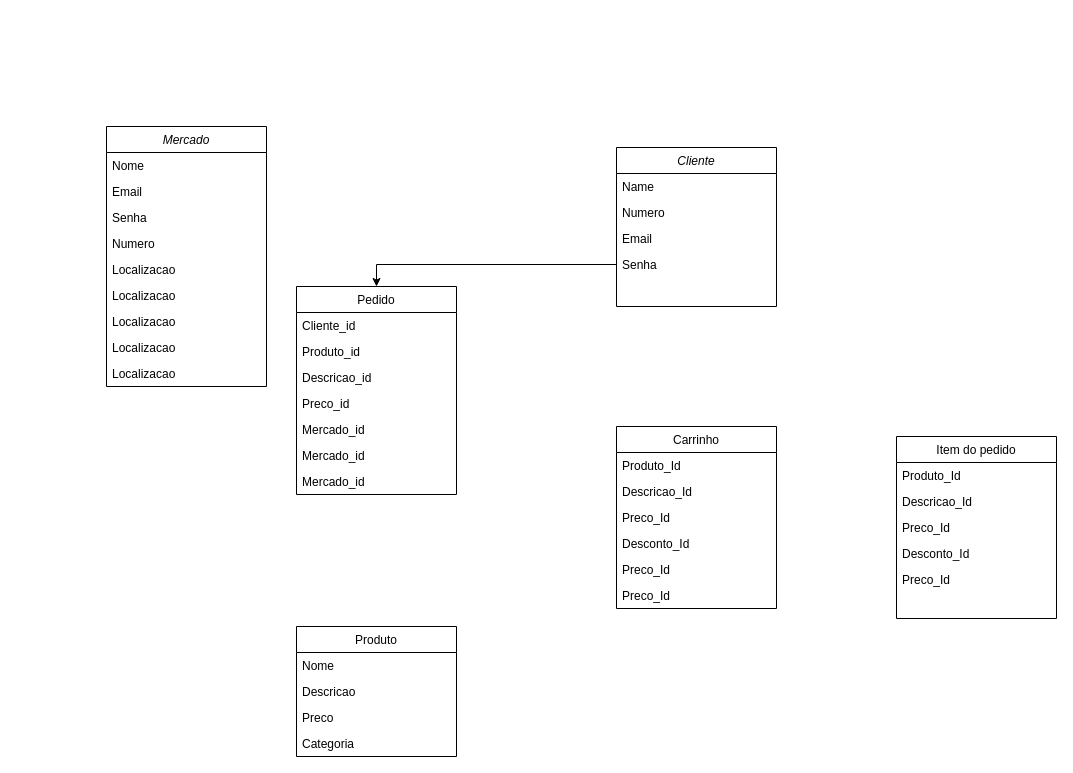
Before: Pi5.drawio in GustavoSsampaio/Pi_Baratin, a draw.io diagram. Source tidied: cells renumbered, new cells numbered last; positions are measured from the earlier drawing's top-left corner, leaving out a move shared by most shapes. Both pictures are drawn from the tidied source at 100%, with x=0, y=0 at pixel (106, 126).
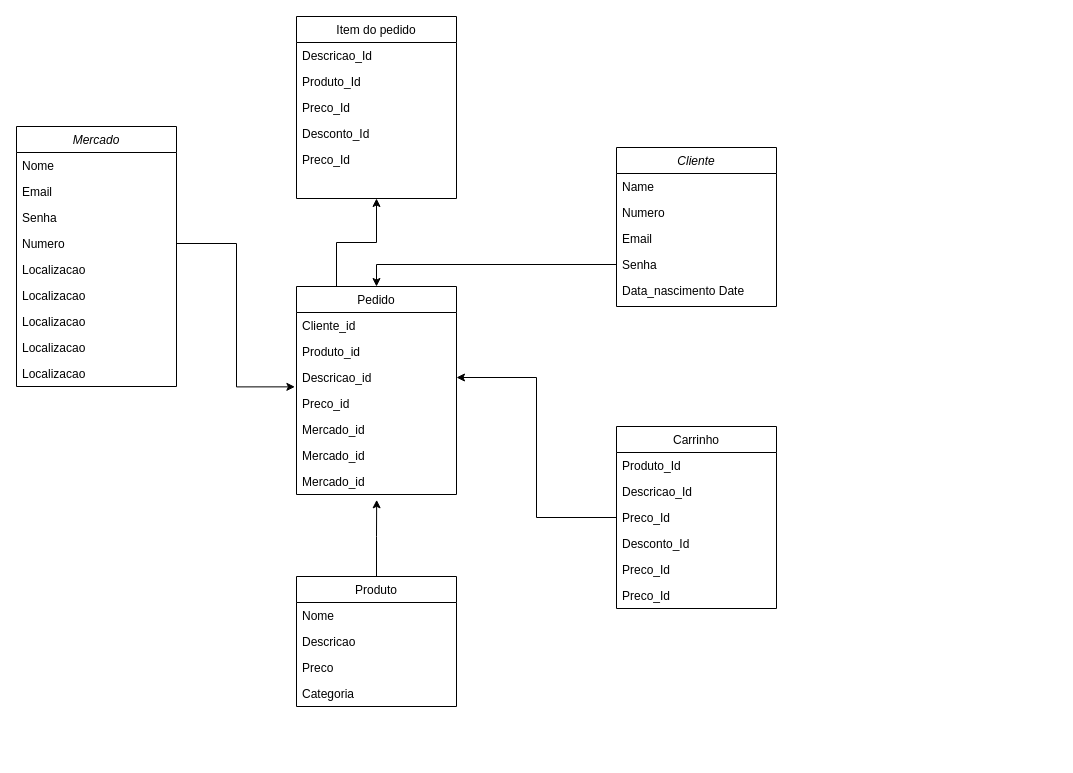
The same diagram, later.

The change refers to these unchanged cells:
```xml
<mxCell id="2" value="Cliente" style="swimlane;fontStyle=2;align=center;verticalAlign=top;horizontal=1;startSize=26;rounded=0;shadow=0;strokeWidth=1;" parent="1" vertex="1">
  <mxGeometry x="510" y="21" width="160" height="159" as="geometry" />
</mxCell>
<mxCell id="7" value="Pedido" style="swimlane;fontStyle=0;align=center;verticalAlign=top;horizontal=1;startSize=26;rounded=0;shadow=0;strokeWidth=1;" parent="1" vertex="1">
  <mxGeometry x="190" y="160" width="160" height="208" as="geometry" />
</mxCell>
<mxCell id="10" value="Descricao_id" style="text;align=left;verticalAlign=top;spacingLeft=4;spacingRight=4;overflow=hidden;points=[[0,0.5],[1,0.5]];portConstraint=eastwest;" parent="7" vertex="1">
  <mxGeometry y="78" width="160" height="26" as="geometry" />
</mxCell>
<mxCell id="11" value="Preco_id" style="text;align=left;verticalAlign=top;spacingLeft=4;spacingRight=4;overflow=hidden;points=[[0,0.5],[1,0.5]];portConstraint=eastwest;" parent="7" vertex="1">
  <mxGeometry y="104" width="160" height="26" as="geometry" />
</mxCell>
<mxCell id="14" value="Mercado_id" style="text;align=left;verticalAlign=top;spacingLeft=4;spacingRight=4;overflow=hidden;points=[[0,0.5],[1,0.5]];portConstraint=eastwest;" parent="7" vertex="1">
  <mxGeometry y="182" width="160" height="26" as="geometry" />
</mxCell>
<mxCell id="18" value="Preco_Id" style="text;align=left;verticalAlign=top;spacingLeft=4;spacingRight=4;overflow=hidden;points=[[0,0.5],[1,0.5]];portConstraint=eastwest;" parent="15" vertex="1">
  <mxGeometry y="78" width="160" height="26" as="geometry" />
</mxCell>
<mxCell id="31" value="Numero" style="text;align=left;verticalAlign=top;spacingLeft=4;spacingRight=4;overflow=hidden;points=[[0,0.5],[1,0.5]];portConstraint=eastwest;" parent="27" vertex="1">
  <mxGeometry y="104" width="160" height="26" as="geometry" />
</mxCell>
```

Change to the diagram source:
```diff
@@
+    <mxCell id="44" value="Data_nascimento Date" style="text;align=left;verticalAlign=top;spacingLeft=4;spacingRight=4;overflow=hidden;" parent="2" vertex="1">
+      <mxGeometry y="130" width="160" height="26" as="geometry" />
+    </mxCell>
+    <mxCell id="45" style="edgeStyle=orthogonalEdgeStyle;rounded=0;jettySize=auto;html=1;exitX=0.25;exitY=0;exitDx=0;exitDy=0;entryX=0.5;entryY=1;entryDx=0;entryDy=0;" parent="1" edge="1" source="7" target="37">
+      <mxGeometry relative="1" as="geometry" />
+    </mxCell>
@@
     <mxCell id="22" value="Produto" style="swimlane;fontStyle=0;align=center;verticalAlign=top;horizontal=1;startSize=26;rounded=0;shadow=0;strokeWidth=1;" parent="1" vertex="1">
-      <mxGeometry x="190" y="500" width="160" height="130" as="geometry" />
+      <mxGeometry x="190" y="450" width="160" height="130" as="geometry" />
     </mxCell>
@@
     <mxCell id="27" value="Mercado" style="swimlane;fontStyle=2;align=center;verticalAlign=top;horizontal=1;startSize=26;rounded=0;shadow=0;strokeWidth=1;" parent="1" vertex="1">
-      <mxGeometry width="160" height="260" as="geometry" />
+      <mxGeometry x="-90" width="160" height="260" as="geometry" />
     </mxCell>
@@
     <mxCell id="37" value="Item do pedido" style="swimlane;fontStyle=0;align=center;verticalAlign=top;horizontal=1;startSize=26;rounded=0;shadow=0;strokeWidth=1;" parent="1" vertex="1">
-      <mxGeometry x="790" y="310" width="160" height="182" as="geometry" />
+      <mxGeometry x="190" y="-110" width="160" height="182" as="geometry" />
     </mxCell>
+    <mxCell id="39" value="Descricao_Id" style="text;align=left;verticalAlign=top;spacingLeft=4;spacingRight=4;overflow=hidden;" parent="37" vertex="1">
+      <mxGeometry y="26" width="160" height="26" as="geometry" />
+    </mxCell>
     <mxCell id="38" value="Produto_Id" style="text;align=left;verticalAlign=top;spacingLeft=4;spacingRight=4;overflow=hidden;" parent="37" vertex="1">
-      <mxGeometry y="26" width="160" height="26" as="geometry" />
+      <mxGeometry y="52" width="160" height="26" as="geometry" />
     </mxCell>
-    <mxCell id="39" value="Descricao_Id" style="text;align=left;verticalAlign=top;spacingLeft=4;spacingRight=4;overflow=hidden;" parent="37" vertex="1">
-      <mxGeometry y="52" width="160" height="26" as="geometry" />
-    </mxCell>
@@
+    <mxCell id="46" style="edgeStyle=orthogonalEdgeStyle;rounded=0;jettySize=auto;html=1;exitX=0;exitY=0.5;exitDx=0;exitDy=0;entryX=1;entryY=0.5;entryDx=0;entryDy=0;" parent="1" edge="1" source="18" target="10">
+      <mxGeometry relative="1" as="geometry" />
+    </mxCell>
+    <mxCell id="47" style="edgeStyle=orthogonalEdgeStyle;rounded=0;jettySize=auto;html=1;exitX=1;exitY=0.5;exitDx=0;exitDy=0;entryX=-0.01;entryY=-0.14;entryDx=0;entryDy=0;entryPerimeter=0;" parent="1" edge="1" source="31" target="11">
+      <mxGeometry relative="1" as="geometry" />
+    </mxCell>
+    <mxCell id="48" style="edgeStyle=orthogonalEdgeStyle;rounded=0;jettySize=auto;html=1;exitX=0.5;exitY=0;exitDx=0;exitDy=0;entryX=0.501;entryY=1.205;entryDx=0;entryDy=0;entryPerimeter=0;" parent="1" edge="1" source="22" target="14">
+      <mxGeometry relative="1" as="geometry">
+        <Array as="points">
+          <mxPoint x="270" y="410" />
+          <mxPoint x="270" y="410" />
+        </Array>
+      </mxGeometry>
+    </mxCell>
```
